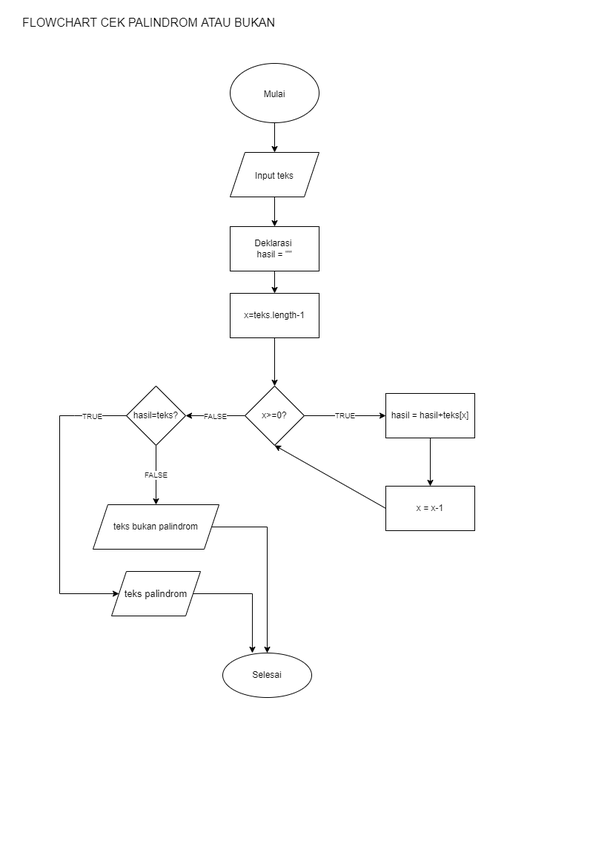
Above: no1/flowchart.png in janexmgd/algoritmaAndFlowchart (draw.io), before the change. Source tidied: cells renumbered, new cells last; positions are measured from the earlier drawing's top-left corner, leaving out a move shared by most shapes.
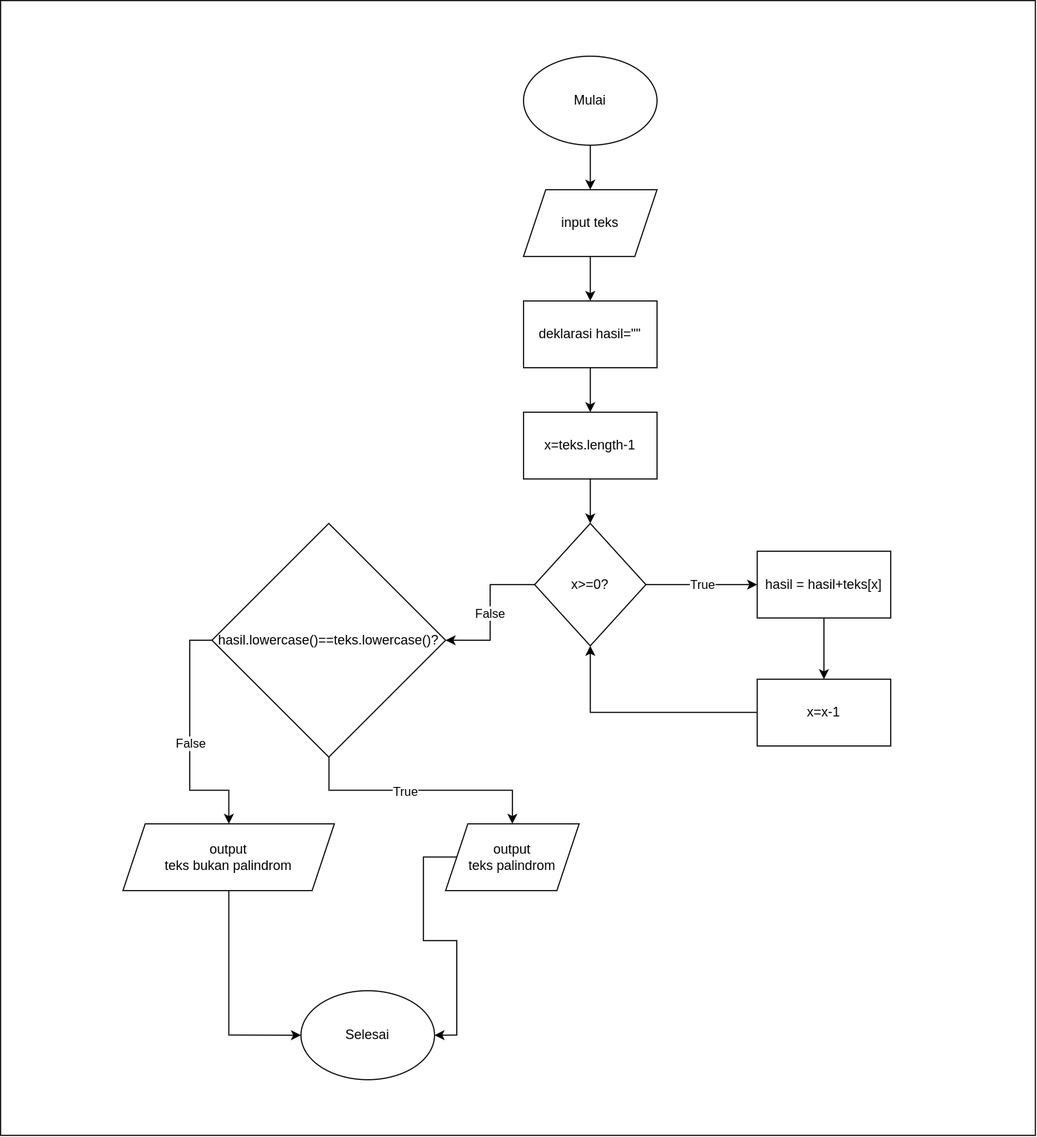
The same diagram one commit later.

Diff of the diagram source:
```diff
@@ -2,98 +2,83 @@
   <root>
     <mxCell id="0" />
     <mxCell id="1" parent="0" />
-    <mxCell id="2" value="FLOWCHART CEK PALINDROM ATAU BUKAN" style="text;html=1;align=center;verticalAlign=middle;strokeColor=none;fillColor=none;fontColor=#000000;fontSize=16;" parent="1" vertex="1">
-      <mxGeometry width="360" height="20" as="geometry" />
-    </mxCell>
-    <mxCell id="3" style="edgeStyle=orthogonalEdgeStyle;rounded=0;jettySize=auto;html=1;fontSize=15;fontColor=default;" parent="1" edge="1" source="4" target="6">
-      <mxGeometry relative="1" as="geometry" />
-    </mxCell>
+    <mxCell id="29" style="edgeStyle=orthogonalEdgeStyle;rounded=0;jettySize=auto;html=1;" parent="1" edge="1" source="4" target="31">
+      <mxGeometry relative="1" as="geometry" />
+    </mxCell>
-    <mxCell id="4" value="&lt;span style=&quot;font-size: 12px&quot;&gt;Mulai&lt;/span&gt;" style="ellipse;whiteSpace=wrap;html=1;labelBackgroundColor=default;fontSize=15;fontColor=default;" parent="1" vertex="1">
-      <mxGeometry x="290" y="65" width="120" height="80" as="geometry" />
+    <mxCell id="4" value="Mulai" style="ellipse;whiteSpace=wrap;html=1;" parent="1" vertex="1">
+      <mxGeometry x="270" y="60" width="120" height="80" as="geometry" />
     </mxCell>
-    <mxCell id="5" style="edgeStyle=orthogonalEdgeStyle;rounded=0;jettySize=auto;html=1;fontSize=12;fontColor=default;" parent="1" edge="1" source="6" target="8">
-      <mxGeometry relative="1" as="geometry" />
-    </mxCell>
-    <mxCell id="6" value="&lt;span style=&quot;font-size: 12px&quot;&gt;Input teks&lt;/span&gt;" style="shape=parallelogram;perimeter=parallelogramPerimeter;whiteSpace=wrap;html=1;fixedSize=1;labelBackgroundColor=default;fontSize=15;fontColor=default;" parent="1" vertex="1">
-      <mxGeometry x="290" y="185" width="120" height="60" as="geometry" />
-    </mxCell>
-    <mxCell id="7" style="edgeStyle=orthogonalEdgeStyle;rounded=0;jettySize=auto;html=1;fontSize=10;fontColor=default;" parent="1" edge="1" source="8" target="10">
-      <mxGeometry relative="1" as="geometry" />
-    </mxCell>
-    <mxCell id="8" value="Deklarasi&amp;nbsp;&lt;br&gt;hasil = &quot;&quot;" style="rounded=0;whiteSpace=wrap;html=1;labelBackgroundColor=default;fontSize=12;fontColor=default;" parent="1" vertex="1">
-      <mxGeometry x="290" y="285" width="120" height="60" as="geometry" />
-    </mxCell>
+    <mxCell id="30" style="edgeStyle=orthogonalEdgeStyle;rounded=0;jettySize=auto;html=1;" parent="1" edge="1" source="31" target="33">
+      <mxGeometry relative="1" as="geometry" />
+    </mxCell>
+    <mxCell id="31" value="input teks" style="shape=parallelogram;perimeter=parallelogramPerimeter;whiteSpace=wrap;html=1;fixedSize=1;" parent="1" vertex="1">
+      <mxGeometry x="270" y="180" width="120" height="60" as="geometry" />
+    </mxCell>
+    <mxCell id="32" style="edgeStyle=orthogonalEdgeStyle;rounded=0;jettySize=auto;html=1;" parent="1" edge="1" source="33" target="10">
+      <mxGeometry relative="1" as="geometry" />
+    </mxCell>
+    <mxCell id="33" value="deklarasi hasil=&quot;&quot;" style="whiteSpace=wrap;html=1;" parent="1" vertex="1">
+      <mxGeometry x="270" y="280" width="120" height="60" as="geometry" />
+    </mxCell>
-    <mxCell id="9" style="edgeStyle=orthogonalEdgeStyle;rounded=0;jettySize=auto;html=1;fontSize=10;fontColor=default;" parent="1" edge="1" source="10" target="13">
+    <mxCell id="9" style="edgeStyle=orthogonalEdgeStyle;rounded=0;jettySize=auto;html=1;" parent="1" edge="1" source="10" target="13">
       <mxGeometry relative="1" as="geometry" />
     </mxCell>
-    <mxCell id="10" value="x=teks.length-1" style="rounded=0;whiteSpace=wrap;html=1;labelBackgroundColor=default;fontSize=12;fontColor=default;" parent="1" vertex="1">
-      <mxGeometry x="290" y="375" width="120" height="60" as="geometry" />
+    <mxCell id="10" value="x=teks.length-1" style="whiteSpace=wrap;html=1;" parent="1" vertex="1">
+      <mxGeometry x="270" y="380" width="120" height="60" as="geometry" />
     </mxCell>
-    <mxCell id="11" value="TRUE" style="edgeStyle=orthogonalEdgeStyle;rounded=0;jettySize=auto;html=1;fontSize=10;fontColor=default;" parent="1" edge="1" source="13" target="15">
+    <mxCell id="11" value="True" style="edgeStyle=orthogonalEdgeStyle;rounded=0;jettySize=auto;html=1;" parent="1" edge="1" source="13" target="15">
       <mxGeometry relative="1" as="geometry" />
     </mxCell>
-    <mxCell id="12" value="&lt;font size=&quot;1&quot;&gt;FALSE&lt;/font&gt;" style="edgeStyle=orthogonalEdgeStyle;rounded=0;jettySize=auto;html=1;fontSize=14;fontColor=default;" parent="1" edge="1" source="13" target="19">
-      <mxGeometry relative="1" as="geometry" />
-    </mxCell>
+    <mxCell id="34" value="False" style="edgeStyle=orthogonalEdgeStyle;rounded=0;jettySize=auto;html=1;" parent="1" edge="1" source="13" target="42">
+      <mxGeometry relative="1" as="geometry" />
+    </mxCell>
-    <mxCell id="13" value="x&amp;gt;=0?" style="rhombus;whiteSpace=wrap;html=1;rounded=0;labelBackgroundColor=default;" parent="1" vertex="1">
-      <mxGeometry x="310" y="500" width="80" height="80" as="geometry" />
+    <mxCell id="13" value="x&amp;gt;=0?" style="rhombus;whiteSpace=wrap;html=1;" parent="1" vertex="1">
+      <mxGeometry x="280" y="480" width="100" height="110" as="geometry" />
     </mxCell>
-    <mxCell id="14" style="edgeStyle=orthogonalEdgeStyle;rounded=0;jettySize=auto;html=1;fontSize=14;fontColor=default;" parent="1" edge="1" source="15" target="16">
-      <mxGeometry relative="1" as="geometry" />
-    </mxCell>
+    <mxCell id="35" style="edgeStyle=orthogonalEdgeStyle;rounded=0;jettySize=auto;html=1;" parent="1" edge="1" source="15" target="37">
+      <mxGeometry relative="1" as="geometry" />
+    </mxCell>
-    <mxCell id="15" value="hasil = hasil+teks[x]" style="whiteSpace=wrap;html=1;rounded=0;labelBackgroundColor=default;" parent="1" vertex="1">
-      <mxGeometry x="500" y="510" width="120" height="60" as="geometry" />
+    <mxCell id="15" value="hasil = hasil+teks[x]" style="whiteSpace=wrap;html=1;" parent="1" vertex="1">
+      <mxGeometry x="480" y="505" width="120" height="60" as="geometry" />
     </mxCell>
-    <mxCell id="16" value="x = x-1" style="rounded=0;whiteSpace=wrap;html=1;labelBackgroundColor=default;" parent="1" vertex="1">
-      <mxGeometry x="500" y="635" width="120" height="60" as="geometry" />
-    </mxCell>
-    <mxCell id="17" style="endArrow=classic;html=1;rounded=0;fontSize=14;fontColor=default;entryX=0.5;entryY=1;entryDx=0;entryDy=0;exitX=0;exitY=0.5;exitDx=0;exitDy=0;" parent="1" edge="1" source="16" target="13">
-      <mxGeometry relative="1" as="geometry" />
-    </mxCell>
-    <mxCell id="18" value="FALSE" style="edgeStyle=orthogonalEdgeStyle;rounded=0;jettySize=auto;html=1;fontSize=10;fontColor=default;" parent="1" edge="1" source="19" target="21">
-      <mxGeometry relative="1" as="geometry" />
-    </mxCell>
-    <mxCell id="19" value="hasil=teks?" style="rhombus;whiteSpace=wrap;html=1;rounded=0;labelBackgroundColor=default;" parent="1" vertex="1">
-      <mxGeometry x="150" y="500" width="80" height="80" as="geometry" />
-    </mxCell>
-    <mxCell id="20" style="edgeStyle=orthogonalEdgeStyle;rounded=0;jettySize=auto;html=1;labelBackgroundColor=#FFFFFF;fontSize=10;fontColor=default;" parent="1" edge="1" source="21" target="28">
-      <mxGeometry relative="1" as="geometry" />
-    </mxCell>
-    <mxCell id="21" value="teks bukan palindrom" style="shape=parallelogram;perimeter=parallelogramPerimeter;whiteSpace=wrap;html=1;fixedSize=1;rounded=0;labelBackgroundColor=default;" parent="1" vertex="1">
-      <mxGeometry x="105" y="660" width="170" height="60" as="geometry" />
-    </mxCell>
-    <mxCell id="22" style="edgeStyle=orthogonalEdgeStyle;rounded=0;jettySize=auto;html=1;entryX=0.333;entryY=0;entryDx=0;entryDy=0;entryPerimeter=0;labelBackgroundColor=#FFFFFF;fontSize=10;fontColor=default;" parent="1" edge="1" source="23" target="28">
-      <mxGeometry relative="1" as="geometry" />
-    </mxCell>
-    <mxCell id="23" value="teks palindrom" style="shape=parallelogram;perimeter=parallelogramPerimeter;whiteSpace=wrap;html=1;fixedSize=1;labelBackgroundColor=none;fontSize=13;fontColor=default;" parent="1" vertex="1">
-      <mxGeometry x="130" y="750" width="120" height="60" as="geometry" />
-    </mxCell>
-    <mxCell id="24" style="endArrow=classic;html=1;rounded=0;fontSize=13;fontColor=default;entryX=0;entryY=0.5;entryDx=0;entryDy=0;" parent="1" edge="1" target="23">
-      <mxGeometry relative="1" as="geometry">
-        <mxPoint x="60" y="780" as="sourcePoint" />
-      </mxGeometry>
-    </mxCell>
-    <mxCell id="25" style="endArrow=none;html=1;rounded=0;fontSize=13;fontColor=default;exitX=0;exitY=0.5;exitDx=0;exitDy=0;" parent="1" edge="1" source="19">
-      <mxGeometry relative="1" as="geometry">
-        <mxPoint x="60" y="540" as="targetPoint" />
-        <Array as="points">
-          <mxPoint x="80" y="540" />
-        </Array>
-      </mxGeometry>
-    </mxCell>
-    <mxCell id="26" value="&lt;font style=&quot;font-size: 10px;&quot;&gt;TRUE&lt;/font&gt;" style="edgeLabel;html=1;align=center;verticalAlign=middle;fontSize=10;fontColor=default;fontStyle=0;" parent="25" vertex="1">
-      <mxGeometry x="0.04" y="3" relative="1" as="geometry">
-        <mxPoint y="-3" as="offset" />
-      </mxGeometry>
-    </mxCell>
-    <mxCell id="27" style="endArrow=none;html=1;rounded=0;fontSize=13;fontColor=default;" parent="1" edge="1">
-      <mxGeometry relative="1" as="geometry">
-        <mxPoint x="60" y="780" as="sourcePoint" />
-        <mxPoint x="60" y="540" as="targetPoint" />
-      </mxGeometry>
-    </mxCell>
+    <mxCell id="36" style="edgeStyle=orthogonalEdgeStyle;rounded=0;jettySize=auto;html=1;" parent="1" edge="1" source="37" target="13">
+      <mxGeometry relative="1" as="geometry" />
+    </mxCell>
+    <mxCell id="37" value="x=x-1" style="rounded=0;whiteSpace=wrap;html=1;" parent="1" vertex="1">
+      <mxGeometry x="480" y="620" width="120" height="60" as="geometry" />
+    </mxCell>
+    <mxCell id="38" style="edgeStyle=orthogonalEdgeStyle;rounded=0;jettySize=auto;html=1;exitX=0;exitY=0.5;exitDx=0;exitDy=0;" parent="1" edge="1" source="42" target="46">
+      <mxGeometry relative="1" as="geometry" />
+    </mxCell>
+    <mxCell id="39" value="False" style="edgeLabel;html=1;align=center;verticalAlign=middle;" parent="38" vertex="1">
+      <mxGeometry x="0.01" relative="1" as="geometry" />
+    </mxCell>
+    <mxCell id="40" style="edgeStyle=orthogonalEdgeStyle;rounded=0;jettySize=auto;html=1;" parent="1" edge="1" source="42" target="44">
+      <mxGeometry relative="1" as="geometry" />
+    </mxCell>
+    <mxCell id="41" value="True" style="edgeLabel;html=1;align=center;verticalAlign=middle;" parent="40" vertex="1">
+      <mxGeometry x="-0.15" relative="1" as="geometry" />
+    </mxCell>
+    <mxCell id="42" value="hasil.lowercase()==teks.lowercase()?" style="rhombus;whiteSpace=wrap;html=1;" parent="1" vertex="1">
+      <mxGeometry x="-10" y="480" width="210" height="210" as="geometry" />
+    </mxCell>
+    <mxCell id="43" style="edgeStyle=orthogonalEdgeStyle;rounded=0;jettySize=auto;html=1;entryX=1;entryY=0.5;entryDx=0;entryDy=0;" parent="1" edge="1" source="44" target="28">
+      <mxGeometry relative="1" as="geometry" />
+    </mxCell>
+    <mxCell id="44" value="output&lt;br&gt;teks palindrom" style="shape=parallelogram;perimeter=parallelogramPerimeter;whiteSpace=wrap;html=1;fixedSize=1;" parent="1" vertex="1">
+      <mxGeometry x="200" y="750" width="120" height="60" as="geometry" />
+    </mxCell>
+    <mxCell id="45" style="edgeStyle=orthogonalEdgeStyle;rounded=0;jettySize=auto;html=1;entryX=0;entryY=0.5;entryDx=0;entryDy=0;" parent="1" edge="1" source="46" target="28">
+      <mxGeometry relative="1" as="geometry" />
+    </mxCell>
+    <mxCell id="46" value="output&lt;br&gt;teks bukan palindrom" style="shape=parallelogram;perimeter=parallelogramPerimeter;whiteSpace=wrap;html=1;fixedSize=1;" parent="1" vertex="1">
+      <mxGeometry x="-90" y="750" width="190" height="60" as="geometry" />
+    </mxCell>
-    <mxCell id="28" value="Selesai" style="ellipse;whiteSpace=wrap;html=1;rounded=0;labelBackgroundColor=default;" parent="1" vertex="1">
-      <mxGeometry x="280" y="860" width="120" height="60" as="geometry" />
+    <mxCell id="28" value="Selesai" style="ellipse;whiteSpace=wrap;html=1;" parent="1" vertex="1">
+      <mxGeometry x="70" y="900" width="120" height="80" as="geometry" />
     </mxCell>
+    <mxCell id="47" style="rounded=0;whiteSpace=wrap;html=1;fillColor=none;" parent="1" vertex="1">
+      <mxGeometry x="-200" y="10" width="930" height="1020" as="geometry" />
+    </mxCell>
   </root>
 </mxGraphModel>
```
